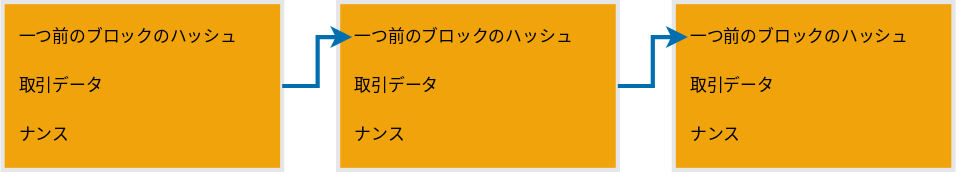
Above: 3-BLOCKCHAIN/images/block-chain.drawio.svg in yamagame/backend-study (draw.io), before the change. Source tidied: cells renumbered, new cells last; positions are measured from the earlier drawing's top-left corner, leaving out a move shared by most shapes. Source of this version:
```xml
<mxGraphModel>
  <root>
    <mxCell id="0" />
    <mxCell id="1" parent="0" />
    <mxCell id="2" style="rounded=0;whiteSpace=wrap;html=1;fillColor=#f0a30a;fontColor=#000000;strokeColor=#E6E6E6;gradientColor=none;strokeWidth=3;" parent="1" vertex="1">
      <mxGeometry width="200" height="120" as="geometry" />
    </mxCell>
    <mxCell id="3" value="一つ前のブロックのハッシュ" style="text;html=1;strokeColor=none;fillColor=none;align=left;verticalAlign=middle;whiteSpace=wrap;rounded=0;" parent="1" vertex="1">
      <mxGeometry x="10" y="10" width="180" height="30" as="geometry" />
    </mxCell>
    <mxCell id="4" value="取引データ" style="text;html=1;strokeColor=none;fillColor=none;align=left;verticalAlign=middle;whiteSpace=wrap;rounded=0;" parent="1" vertex="1">
      <mxGeometry x="10" y="45" width="180" height="30" as="geometry" />
    </mxCell>
    <mxCell id="5" value="ナンス" style="text;html=1;strokeColor=none;fillColor=none;align=left;verticalAlign=middle;whiteSpace=wrap;rounded=0;" parent="1" vertex="1">
      <mxGeometry x="10" y="80" width="180" height="30" as="geometry" />
    </mxCell>
    <mxCell id="6" style="rounded=0;whiteSpace=wrap;html=1;fillColor=#f0a30a;fontColor=#000000;strokeColor=#E6E6E6;gradientColor=none;strokeWidth=3;" parent="1" vertex="1">
      <mxGeometry x="240" width="200" height="120" as="geometry" />
    </mxCell>
    <mxCell id="7" value="一つ前のブロックのハッシュ" style="text;html=1;strokeColor=none;fillColor=none;align=left;verticalAlign=middle;whiteSpace=wrap;rounded=0;" parent="1" vertex="1">
      <mxGeometry x="250" y="10" width="180" height="30" as="geometry" />
    </mxCell>
    <mxCell id="8" value="取引データ" style="text;html=1;strokeColor=none;fillColor=none;align=left;verticalAlign=middle;whiteSpace=wrap;rounded=0;" parent="1" vertex="1">
      <mxGeometry x="250" y="45" width="180" height="30" as="geometry" />
    </mxCell>
    <mxCell id="9" value="ナンス" style="text;html=1;strokeColor=none;fillColor=none;align=left;verticalAlign=middle;whiteSpace=wrap;rounded=0;" parent="1" vertex="1">
      <mxGeometry x="250" y="80" width="180" height="30" as="geometry" />
    </mxCell>
    <mxCell id="10" style="rounded=0;whiteSpace=wrap;html=1;fillColor=#f0a30a;fontColor=#000000;strokeColor=#E6E6E6;gradientColor=none;strokeWidth=3;" parent="1" vertex="1">
      <mxGeometry x="480" width="200" height="120" as="geometry" />
    </mxCell>
    <mxCell id="11" value="一つ前のブロックのハッシュ" style="text;html=1;strokeColor=none;fillColor=none;align=left;verticalAlign=middle;whiteSpace=wrap;rounded=0;" parent="1" vertex="1">
      <mxGeometry x="490" y="10" width="180" height="30" as="geometry" />
    </mxCell>
    <mxCell id="12" value="取引データ" style="text;html=1;strokeColor=none;fillColor=none;align=left;verticalAlign=middle;whiteSpace=wrap;rounded=0;" parent="1" vertex="1">
      <mxGeometry x="490" y="45" width="180" height="30" as="geometry" />
    </mxCell>
    <mxCell id="13" value="ナンス" style="text;html=1;strokeColor=none;fillColor=none;align=left;verticalAlign=middle;whiteSpace=wrap;rounded=0;" parent="1" vertex="1">
      <mxGeometry x="490" y="80" width="180" height="30" as="geometry" />
    </mxCell>
    <mxCell id="14" style="edgeStyle=elbowEdgeStyle;elbow=horizontal;html=1;rounded=0;strokeWidth=3;fillColor=#1ba1e2;strokeColor=#006EAF;" parent="1" edge="1" source="2" target="7">
      <mxGeometry relative="1" as="geometry" />
    </mxCell>
    <mxCell id="15" style="edgeStyle=orthogonalEdgeStyle;rounded=0;elbow=vertical;html=1;strokeWidth=3;fillColor=#1ba1e2;strokeColor=#006EAF;" parent="1" edge="1" source="6" target="11">
      <mxGeometry relative="1" as="geometry" />
    </mxCell>
  </root>
</mxGraphModel>
```
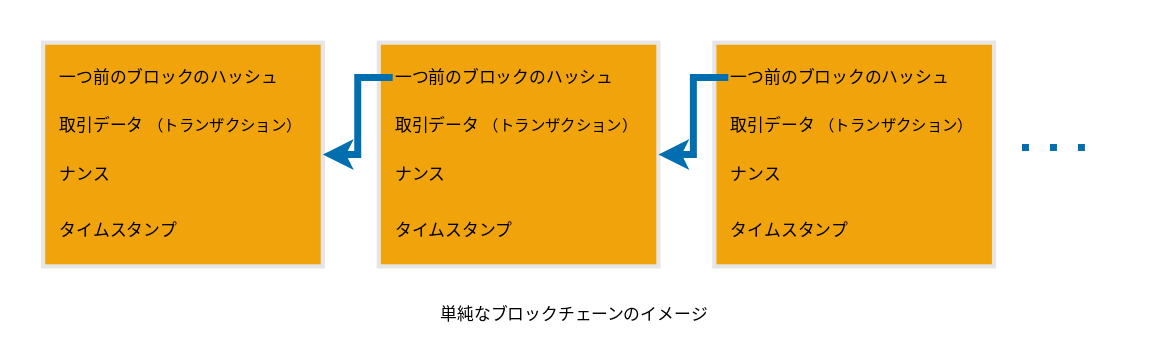
After the commit.

What changed in the source:
```diff
@@ -2,47 +2,68 @@
   <root>
     <mxCell id="0" />
     <mxCell id="1" parent="0" />
+    <mxCell id="16" style="rounded=0;whiteSpace=wrap;html=1;dashed=1;strokeColor=none;" parent="1" vertex="1">
+      <mxGeometry x="-30" y="-30" width="820" height="250" as="geometry" />
+    </mxCell>
     <mxCell id="2" style="rounded=0;whiteSpace=wrap;html=1;fillColor=#f0a30a;fontColor=#000000;strokeColor=#E6E6E6;gradientColor=none;strokeWidth=3;" parent="1" vertex="1">
-      <mxGeometry width="200" height="120" as="geometry" />
+      <mxGeometry width="200" height="160" as="geometry" />
     </mxCell>
     <mxCell id="3" value="一つ前のブロックのハッシュ" style="text;html=1;strokeColor=none;fillColor=none;align=left;verticalAlign=middle;whiteSpace=wrap;rounded=0;" parent="1" vertex="1">
       <mxGeometry x="10" y="10" width="180" height="30" as="geometry" />
     </mxCell>
-    <mxCell id="4" value="取引データ" style="text;html=1;strokeColor=none;fillColor=none;align=left;verticalAlign=middle;whiteSpace=wrap;rounded=0;" parent="1" vertex="1">
+    <mxCell id="4" value="取引データ&lt;font style=&quot;font-size: 11px&quot;&gt;（トランザクション）&lt;/font&gt;" style="text;html=1;strokeColor=none;fillColor=none;align=left;verticalAlign=middle;whiteSpace=wrap;rounded=0;" parent="1" vertex="1">
       <mxGeometry x="10" y="45" width="180" height="30" as="geometry" />
     </mxCell>
     <mxCell id="5" value="ナンス" style="text;html=1;strokeColor=none;fillColor=none;align=left;verticalAlign=middle;whiteSpace=wrap;rounded=0;" parent="1" vertex="1">
       <mxGeometry x="10" y="80" width="180" height="30" as="geometry" />
     </mxCell>
     <mxCell id="6" style="rounded=0;whiteSpace=wrap;html=1;fillColor=#f0a30a;fontColor=#000000;strokeColor=#E6E6E6;gradientColor=none;strokeWidth=3;" parent="1" vertex="1">
-      <mxGeometry x="240" width="200" height="120" as="geometry" />
+      <mxGeometry x="240" width="200" height="160" as="geometry" />
     </mxCell>
     <mxCell id="7" value="一つ前のブロックのハッシュ" style="text;html=1;strokeColor=none;fillColor=none;align=left;verticalAlign=middle;whiteSpace=wrap;rounded=0;" parent="1" vertex="1">
       <mxGeometry x="250" y="10" width="180" height="30" as="geometry" />
     </mxCell>
-    <mxCell id="8" value="取引データ" style="text;html=1;strokeColor=none;fillColor=none;align=left;verticalAlign=middle;whiteSpace=wrap;rounded=0;" parent="1" vertex="1">
+    <mxCell id="8" value="取引データ&lt;span style=&quot;font-size: 11px&quot;&gt;（トランザクション）&lt;/span&gt;" style="text;html=1;strokeColor=none;fillColor=none;align=left;verticalAlign=middle;whiteSpace=wrap;rounded=0;" parent="1" vertex="1">
       <mxGeometry x="250" y="45" width="180" height="30" as="geometry" />
     </mxCell>
     <mxCell id="9" value="ナンス" style="text;html=1;strokeColor=none;fillColor=none;align=left;verticalAlign=middle;whiteSpace=wrap;rounded=0;" parent="1" vertex="1">
       <mxGeometry x="250" y="80" width="180" height="30" as="geometry" />
     </mxCell>
     <mxCell id="10" style="rounded=0;whiteSpace=wrap;html=1;fillColor=#f0a30a;fontColor=#000000;strokeColor=#E6E6E6;gradientColor=none;strokeWidth=3;" parent="1" vertex="1">
-      <mxGeometry x="480" width="200" height="120" as="geometry" />
+      <mxGeometry x="480" width="200" height="160" as="geometry" />
     </mxCell>
     <mxCell id="11" value="一つ前のブロックのハッシュ" style="text;html=1;strokeColor=none;fillColor=none;align=left;verticalAlign=middle;whiteSpace=wrap;rounded=0;" parent="1" vertex="1">
       <mxGeometry x="490" y="10" width="180" height="30" as="geometry" />
     </mxCell>
-    <mxCell id="12" value="取引データ" style="text;html=1;strokeColor=none;fillColor=none;align=left;verticalAlign=middle;whiteSpace=wrap;rounded=0;" parent="1" vertex="1">
+    <mxCell id="12" value="取引データ&lt;span style=&quot;font-size: 11px&quot;&gt;（トランザクション）&lt;/span&gt;" style="text;html=1;strokeColor=none;fillColor=none;align=left;verticalAlign=middle;whiteSpace=wrap;rounded=0;" parent="1" vertex="1">
       <mxGeometry x="490" y="45" width="180" height="30" as="geometry" />
     </mxCell>
     <mxCell id="13" value="ナンス" style="text;html=1;strokeColor=none;fillColor=none;align=left;verticalAlign=middle;whiteSpace=wrap;rounded=0;" parent="1" vertex="1">
       <mxGeometry x="490" y="80" width="180" height="30" as="geometry" />
     </mxCell>
-    <mxCell id="14" style="edgeStyle=elbowEdgeStyle;elbow=horizontal;html=1;rounded=0;strokeWidth=3;fillColor=#1ba1e2;strokeColor=#006EAF;" parent="1" edge="1" source="2" target="7">
+    <mxCell id="14" style="edgeStyle=elbowEdgeStyle;elbow=horizontal;html=1;rounded=0;strokeWidth=5;fillColor=#1ba1e2;strokeColor=#006EAF;startArrow=classic;startFill=1;endArrow=none;endFill=0;" parent="1" edge="1" source="2" target="7">
       <mxGeometry relative="1" as="geometry" />
     </mxCell>
-    <mxCell id="15" style="edgeStyle=orthogonalEdgeStyle;rounded=0;elbow=vertical;html=1;strokeWidth=3;fillColor=#1ba1e2;strokeColor=#006EAF;" parent="1" edge="1" source="6" target="11">
+    <mxCell id="15" style="edgeStyle=orthogonalEdgeStyle;rounded=0;elbow=vertical;html=1;strokeWidth=5;fillColor=#1ba1e2;strokeColor=#006EAF;startArrow=classic;startFill=1;endArrow=none;endFill=0;" parent="1" edge="1" source="6" target="11">
       <mxGeometry relative="1" as="geometry" />
     </mxCell>
+    <mxCell id="17" style="endArrow=none;dashed=1;html=1;dashPattern=1 3;strokeWidth=5;fillColor=#1ba1e2;strokeColor=#006EAF;" parent="1" edge="1">
+      <mxGeometry relative="1" as="geometry">
+        <mxPoint x="700" y="75" as="sourcePoint" />
+        <mxPoint x="760" y="75" as="targetPoint" />
+      </mxGeometry>
+    </mxCell>
+    <mxCell id="18" value="単純なブロックチェーンのイメージ" style="text;html=1;strokeColor=none;fillColor=none;align=center;verticalAlign=middle;whiteSpace=wrap;rounded=0;dashed=1;" parent="1" vertex="1">
+      <mxGeometry x="274" y="180" width="212" height="30" as="geometry" />
+    </mxCell>
+    <mxCell id="19" value="タイムスタンプ" style="text;html=1;strokeColor=none;fillColor=none;align=left;verticalAlign=middle;whiteSpace=wrap;rounded=0;" parent="1" vertex="1">
+      <mxGeometry x="10" y="120" width="180" height="30" as="geometry" />
+    </mxCell>
+    <mxCell id="20" value="タイムスタンプ" style="text;html=1;strokeColor=none;fillColor=none;align=left;verticalAlign=middle;whiteSpace=wrap;rounded=0;" parent="1" vertex="1">
+      <mxGeometry x="250" y="120" width="180" height="30" as="geometry" />
+    </mxCell>
+    <mxCell id="21" value="タイムスタンプ" style="text;html=1;strokeColor=none;fillColor=none;align=left;verticalAlign=middle;whiteSpace=wrap;rounded=0;" parent="1" vertex="1">
+      <mxGeometry x="490" y="120" width="180" height="30" as="geometry" />
+    </mxCell>
   </root>
 </mxGraphModel>
```
